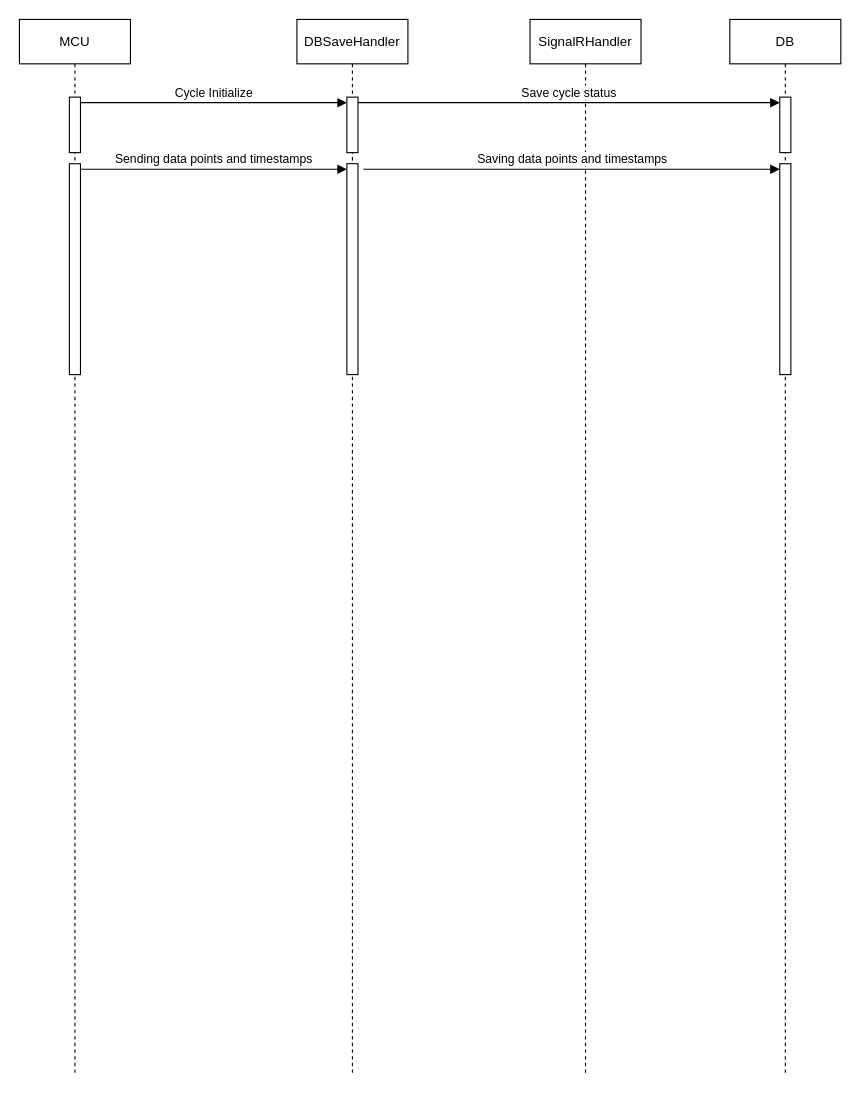
The draw.io diagram page "Page-2" (2 of 2) of SeaborgMCU-CAPP.drawio in 43vision/DRAWIO, before the edit. Source tidied: cells renumbered, new cells numbered last; positions are measured from the earlier drawing's top-left corner, leaving out a move shared by most shapes. Both pictures are drawn from the tidied source at 111%, with x=0, y=0 at pixel (19, 19).
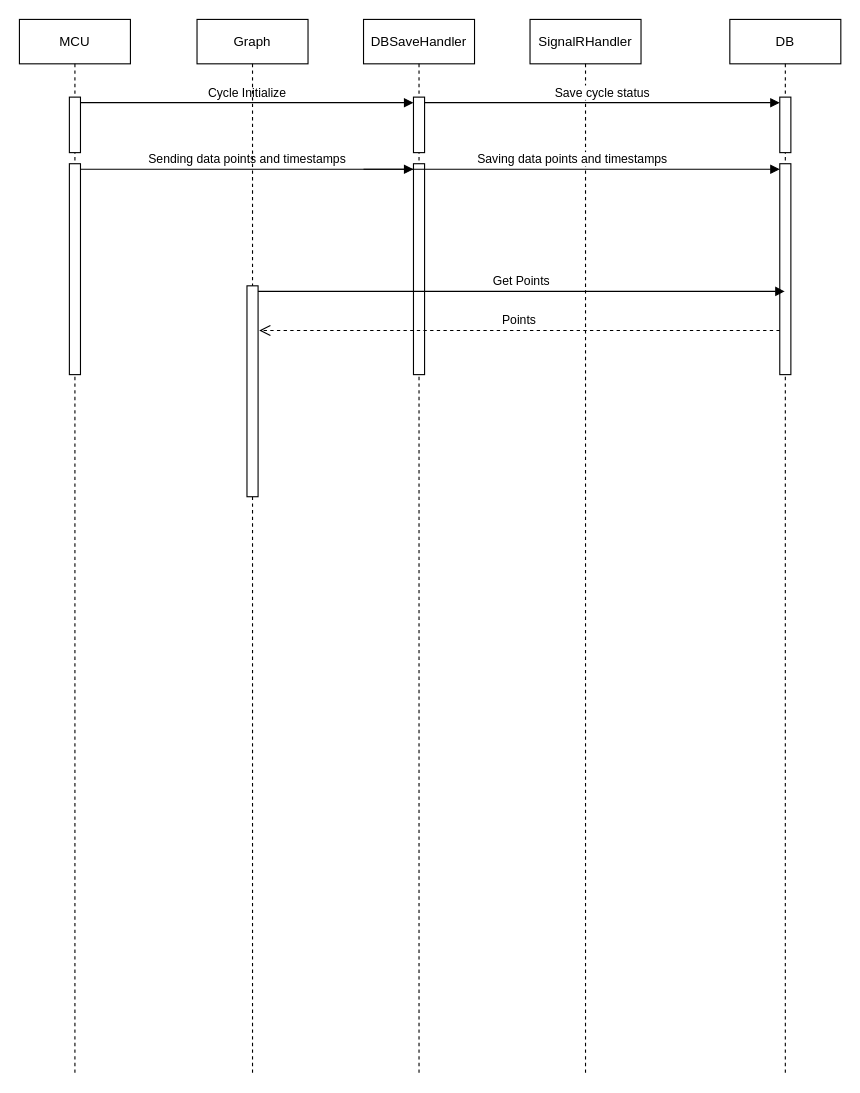
After the change.

Unchanged cells that the change refers to:
```xml
<mxCell id="9" value="DB" style="shape=umlLifeline;perimeter=lifelinePerimeter;whiteSpace=wrap;html=1;outlineConnect=0;portConstraint=eastwest;newEdgeStyle={&quot;curved&quot;:0,&quot;rounded&quot;:0};" parent="1" vertex="1">
  <mxGeometry x="640" width="100" height="950" as="geometry" />
</mxCell>
<mxCell id="11" style="html=1;points=[[0,0,0,0,5],[0,1,0,0,-5],[1,0,0,0,5],[1,1,0,0,-5]];perimeter=orthogonalPerimeter;outlineConnect=0;targetShapes=umlLifeline;portConstraint=eastwest;newEdgeStyle={&quot;curved&quot;:0,&quot;rounded&quot;:0};" parent="9" vertex="1">
  <mxGeometry x="45" y="130" width="10" height="190" as="geometry" />
</mxCell>
```

Change to the diagram source:
```diff
@@
     <mxCell id="5" value="DBSaveHandler" style="shape=umlLifeline;perimeter=lifelinePerimeter;whiteSpace=wrap;html=1;newEdgeStyle={&quot;curved&quot;:0,&quot;rounded&quot;:0};" parent="1" vertex="1">
-      <mxGeometry x="250" width="100" height="950" as="geometry" />
+      <mxGeometry x="310" width="100" height="950" as="geometry" />
     </mxCell>
@@
+    <mxCell id="16" value="Graph" style="shape=umlLifeline;perimeter=lifelinePerimeter;whiteSpace=wrap;html=1;newEdgeStyle={&quot;curved&quot;:0,&quot;rounded&quot;:0};" parent="1" vertex="1">
+      <mxGeometry x="160" width="100" height="950" as="geometry" />
+    </mxCell>
+    <mxCell id="17" style="html=1;points=[[0,0,0,0,5],[0,1,0,0,-5],[1,0,0,0,5],[1,1,0,0,-5]];perimeter=orthogonalPerimeter;outlineConnect=0;targetShapes=umlLifeline;portConstraint=eastwest;newEdgeStyle={&quot;curved&quot;:0,&quot;rounded&quot;:0};" parent="16" vertex="1">
+      <mxGeometry x="45" y="240" width="10" height="190" as="geometry" />
+    </mxCell>
+    <mxCell id="18" value="Get Points" style="html=1;verticalAlign=bottom;endArrow=block;curved=0;rounded=0;exitX=1;exitY=0;exitDx=0;exitDy=5;exitPerimeter=0;" parent="1" edge="1" source="17" target="9">
+      <mxGeometry relative="1" as="geometry" />
+    </mxCell>
+    <mxCell id="19" value="Points" style="html=1;verticalAlign=bottom;endArrow=open;dashed=1;endSize=8;curved=0;rounded=0;entryX=1.1;entryY=0.212;entryDx=0;entryDy=0;entryPerimeter=0;" parent="1" edge="1" source="11" target="17">
+      <mxGeometry relative="1" as="geometry" />
+    </mxCell>
```
